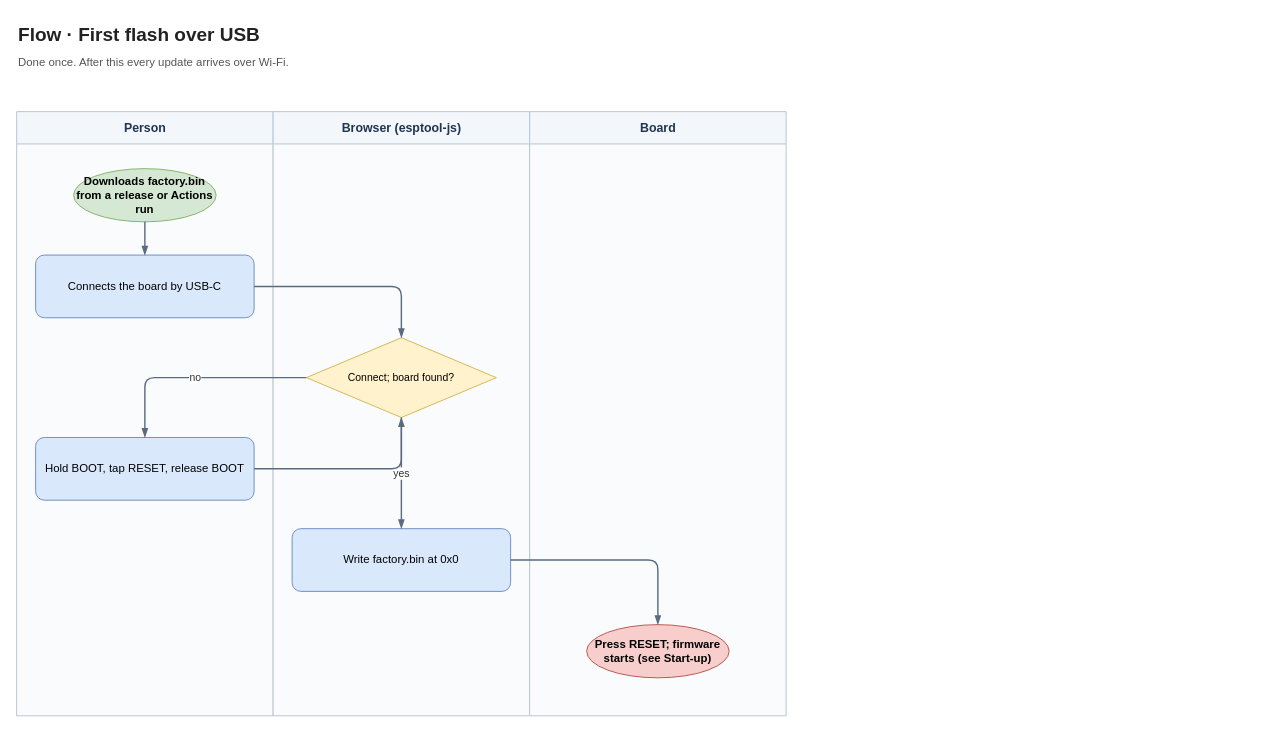
LimitlessA/ESP32-Display-Calendar-and-To-Do keeps this draw.io diagram as page "Flow · Restore a completed task (Done tab)" (34 of 37) of docs/architecture.drawio. Above is the earlier version. Source tidied: cells renumbered, new cells numbered last; positions are measured from the earlier drawing's top-left corner, leaving out a move shared by most shapes. Both pictures are drawn from the tidied source at 95%, with x=0, y=0 at pixel (16, 16).
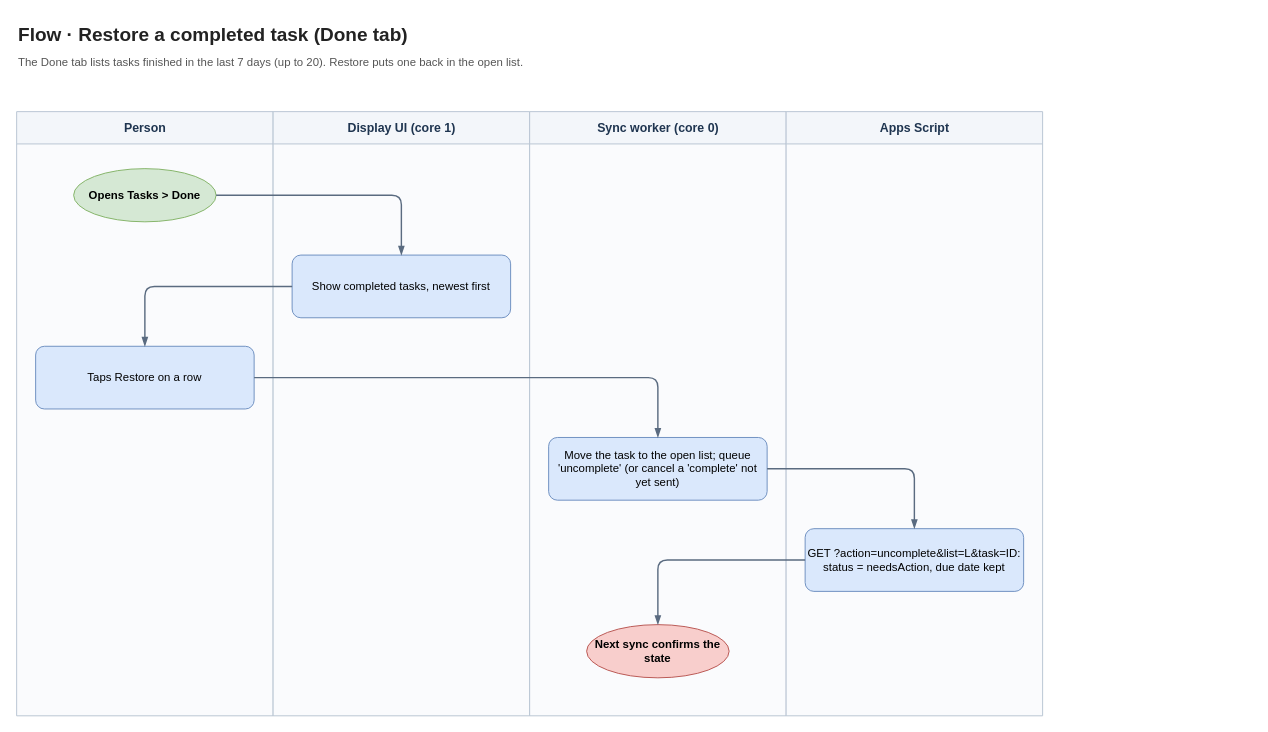
Above is the later version.

Diff of the diagram source:
```diff
@@
 <mxGraphModel>
   <root>
     <mxCell id="0" />
     <mxCell id="1" parent="0" />
-    <mxCell id="2" value="&lt;b&gt;Flow · First flash over USB&lt;/b&gt;" style="text;html=1;align=left;verticalAlign=top;fontSize=20;fontStyle=1;fontColor=#222222;" parent="1" vertex="1">
+    <mxCell id="2" value="&lt;b&gt;Flow · Restore a completed task (Done tab)&lt;/b&gt;" style="text;html=1;align=left;verticalAlign=top;fontSize=20;fontStyle=1;fontColor=#222222;" parent="1" vertex="1">
       <mxGeometry width="1200" height="34" as="geometry" />
     </mxCell>
-    <mxCell id="3" value="Done once. After this every update arrives over Wi-Fi." style="text;html=1;align=left;verticalAlign=top;fontSize=12;fontColor=#555555;whiteSpace=wrap;" parent="1" vertex="1">
+    <mxCell id="3" value="The Done tab lists tasks finished in the last 7 days (up to 20). Restore puts one back in the open list." style="text;html=1;align=left;verticalAlign=top;fontSize=12;fontColor=#555555;whiteSpace=wrap;" parent="1" vertex="1">
       <mxGeometry y="34" width="1300" height="40" as="geometry" />
     </mxCell>
     <mxCell id="4" value="Person" style="swimlane;startSize=34;horizontal=1;html=1;fillColor=#F3F6FA;strokeColor=#B8C4D2;fontStyle=1;fontSize=13;fontColor=#1F3550;swimlaneFillColor=#FAFBFD;" parent="1" vertex="1">
       <mxGeometry y="100" width="270" height="636" as="geometry" />
     </mxCell>
-    <mxCell id="5" value="Browser (esptool-js)" style="swimlane;startSize=34;horizontal=1;html=1;fillColor=#F3F6FA;strokeColor=#B8C4D2;fontStyle=1;fontSize=13;fontColor=#1F3550;swimlaneFillColor=#FAFBFD;" parent="1" vertex="1">
+    <mxCell id="5" value="Display UI (core 1)" style="swimlane;startSize=34;horizontal=1;html=1;fillColor=#F3F6FA;strokeColor=#B8C4D2;fontStyle=1;fontSize=13;fontColor=#1F3550;swimlaneFillColor=#FAFBFD;" parent="1" vertex="1">
       <mxGeometry x="270" y="100" width="270" height="636" as="geometry" />
     </mxCell>
-    <mxCell id="6" value="Board" style="swimlane;startSize=34;horizontal=1;html=1;fillColor=#F3F6FA;strokeColor=#B8C4D2;fontStyle=1;fontSize=13;fontColor=#1F3550;swimlaneFillColor=#FAFBFD;" parent="1" vertex="1">
+    <mxCell id="6" value="Sync worker (core 0)" style="swimlane;startSize=34;horizontal=1;html=1;fillColor=#F3F6FA;strokeColor=#B8C4D2;fontStyle=1;fontSize=13;fontColor=#1F3550;swimlaneFillColor=#FAFBFD;" parent="1" vertex="1">
       <mxGeometry x="540" y="100" width="270" height="636" as="geometry" />
     </mxCell>
-    <mxCell id="7" value="Downloads factory.bin from a release or Actions run" style="ellipse;whiteSpace=wrap;html=1;fillColor=#D5E8D4;strokeColor=#82B366;fontSize=12;fontStyle=1;" parent="1" vertex="1">
-      <mxGeometry x="60" y="160" width="150" height="56" as="geometry" />
+    <mxCell id="7" value="Apps Script" style="swimlane;startSize=34;horizontal=1;html=1;fillColor=#F3F6FA;strokeColor=#B8C4D2;fontStyle=1;fontSize=13;fontColor=#1F3550;swimlaneFillColor=#FAFBFD;" parent="1" vertex="1">
+      <mxGeometry x="810" y="100" width="270" height="636" as="geometry" />
     </mxCell>
-    <mxCell id="8" value="Connects the board by USB-C" style="rounded=1;arcSize=14;whiteSpace=wrap;html=1;fillColor=#DAE8FC;strokeColor=#6C8EBF;fontSize=12;" parent="1" vertex="1">
-      <mxGeometry x="20" y="251" width="230" height="66" as="geometry" />
+    <mxCell id="8" value="Opens Tasks &amp;gt; Done" style="ellipse;whiteSpace=wrap;html=1;fillColor=#D5E8D4;strokeColor=#82B366;fontSize=12;fontStyle=1;" parent="1" vertex="1">
+      <mxGeometry x="60" y="160" width="150" height="56" as="geometry" />
     </mxCell>
-    <mxCell id="9" value="Connect; board found?" style="rhombus;whiteSpace=wrap;html=1;fillColor=#FFF2CC;strokeColor=#D6B656;fontSize=11;" parent="1" vertex="1">
-      <mxGeometry x="305" y="338" width="200" height="84" as="geometry" />
+    <mxCell id="9" value="Show completed tasks, newest first" style="rounded=1;arcSize=14;whiteSpace=wrap;html=1;fillColor=#DAE8FC;strokeColor=#6C8EBF;fontSize=12;" parent="1" vertex="1">
+      <mxGeometry x="290" y="251" width="230" height="66" as="geometry" />
     </mxCell>
-    <mxCell id="10" value="Hold BOOT, tap RESET, release BOOT" style="rounded=1;arcSize=14;whiteSpace=wrap;html=1;fillColor=#DAE8FC;strokeColor=#6C8EBF;fontSize=12;" parent="1" vertex="1">
-      <mxGeometry x="20" y="443" width="230" height="66" as="geometry" />
+    <mxCell id="10" value="Taps Restore on a row" style="rounded=1;arcSize=14;whiteSpace=wrap;html=1;fillColor=#DAE8FC;strokeColor=#6C8EBF;fontSize=12;" parent="1" vertex="1">
+      <mxGeometry x="20" y="347" width="230" height="66" as="geometry" />
     </mxCell>
-    <mxCell id="11" value="Write factory.bin at 0x0" style="rounded=1;arcSize=14;whiteSpace=wrap;html=1;fillColor=#DAE8FC;strokeColor=#6C8EBF;fontSize=12;" parent="1" vertex="1">
-      <mxGeometry x="290" y="539" width="230" height="66" as="geometry" />
+    <mxCell id="11" value="Move the task to the open list; queue 'uncomplete' (or cancel a 'complete' not yet sent)" style="rounded=1;arcSize=14;whiteSpace=wrap;html=1;fillColor=#DAE8FC;strokeColor=#6C8EBF;fontSize=12;" parent="1" vertex="1">
+      <mxGeometry x="560" y="443" width="230" height="66" as="geometry" />
     </mxCell>
-    <mxCell id="12" value="Press RESET; firmware starts (see Start-up)" style="ellipse;whiteSpace=wrap;html=1;fillColor=#F8CECC;strokeColor=#B85450;fontSize=12;fontStyle=1;" parent="1" vertex="1">
-      <mxGeometry x="600" y="640" width="150" height="56" as="geometry" />
+    <mxCell id="12" value="GET ?action=uncomplete&amp;amp;list=L&amp;amp;task=ID: status = needsAction, due date kept" style="rounded=1;arcSize=14;whiteSpace=wrap;html=1;fillColor=#DAE8FC;strokeColor=#6C8EBF;fontSize=12;" parent="1" vertex="1">
+      <mxGeometry x="830" y="539" width="230" height="66" as="geometry" />
     </mxCell>
-    <mxCell id="13" style="endArrow=blockThin;endFill=1;html=1;rounded=1;edgeStyle=orthogonalEdgeStyle;strokeColor=#5A6B80;strokeWidth=1.5;fontSize=11;fontColor=#333333;labelBackgroundColor=#FFFFFF;" parent="1" edge="1" source="7" target="8">
-      <mxGeometry relative="1" as="geometry" />
+    <mxCell id="13" value="Next sync confirms the state" style="ellipse;whiteSpace=wrap;html=1;fillColor=#F8CECC;strokeColor=#B85450;fontSize=12;fontStyle=1;" parent="1" vertex="1">
+      <mxGeometry x="600" y="640" width="150" height="56" as="geometry" />
     </mxCell>
     <mxCell id="14" style="endArrow=blockThin;endFill=1;html=1;rounded=1;edgeStyle=orthogonalEdgeStyle;strokeColor=#5A6B80;strokeWidth=1.5;fontSize=11;fontColor=#333333;labelBackgroundColor=#FFFFFF;" parent="1" edge="1" source="8" target="9">
       <mxGeometry relative="1" as="geometry" />
     </mxCell>
-    <mxCell id="15" value="yes" style="endArrow=blockThin;endFill=1;html=1;rounded=1;edgeStyle=orthogonalEdgeStyle;strokeColor=#5A6B80;strokeWidth=1.5;fontSize=11;fontColor=#333333;labelBackgroundColor=#FFFFFF;" parent="1" edge="1" source="9" target="11">
+    <mxCell id="15" style="endArrow=blockThin;endFill=1;html=1;rounded=1;edgeStyle=orthogonalEdgeStyle;strokeColor=#5A6B80;strokeWidth=1.5;fontSize=11;fontColor=#333333;labelBackgroundColor=#FFFFFF;" parent="1" edge="1" source="9" target="10">
       <mxGeometry relative="1" as="geometry" />
     </mxCell>
-    <mxCell id="16" value="no" style="endArrow=blockThin;endFill=1;html=1;rounded=1;edgeStyle=orthogonalEdgeStyle;strokeColor=#5A6B80;strokeWidth=1.5;fontSize=11;fontColor=#333333;labelBackgroundColor=#FFFFFF;" parent="1" edge="1" source="9" target="10">
+    <mxCell id="16" style="endArrow=blockThin;endFill=1;html=1;rounded=1;edgeStyle=orthogonalEdgeStyle;strokeColor=#5A6B80;strokeWidth=1.5;fontSize=11;fontColor=#333333;labelBackgroundColor=#FFFFFF;" parent="1" edge="1" source="10" target="11">
       <mxGeometry relative="1" as="geometry" />
     </mxCell>
-    <mxCell id="17" style="endArrow=blockThin;endFill=1;html=1;rounded=1;edgeStyle=orthogonalEdgeStyle;strokeColor=#5A6B80;strokeWidth=1.5;fontSize=11;fontColor=#333333;labelBackgroundColor=#FFFFFF;" parent="1" edge="1" source="10" target="9">
+    <mxCell id="17" style="endArrow=blockThin;endFill=1;html=1;rounded=1;edgeStyle=orthogonalEdgeStyle;strokeColor=#5A6B80;strokeWidth=1.5;fontSize=11;fontColor=#333333;labelBackgroundColor=#FFFFFF;" parent="1" edge="1" source="11" target="12">
       <mxGeometry relative="1" as="geometry" />
     </mxCell>
-    <mxCell id="18" style="endArrow=blockThin;endFill=1;html=1;rounded=1;edgeStyle=orthogonalEdgeStyle;strokeColor=#5A6B80;strokeWidth=1.5;fontSize=11;fontColor=#333333;labelBackgroundColor=#FFFFFF;" parent="1" edge="1" source="11" target="12">
+    <mxCell id="18" style="endArrow=blockThin;endFill=1;html=1;rounded=1;edgeStyle=orthogonalEdgeStyle;strokeColor=#5A6B80;strokeWidth=1.5;fontSize=11;fontColor=#333333;labelBackgroundColor=#FFFFFF;" parent="1" edge="1" source="12" target="13">
       <mxGeometry relative="1" as="geometry" />
     </mxCell>
   </root>
 </mxGraphModel>
```
